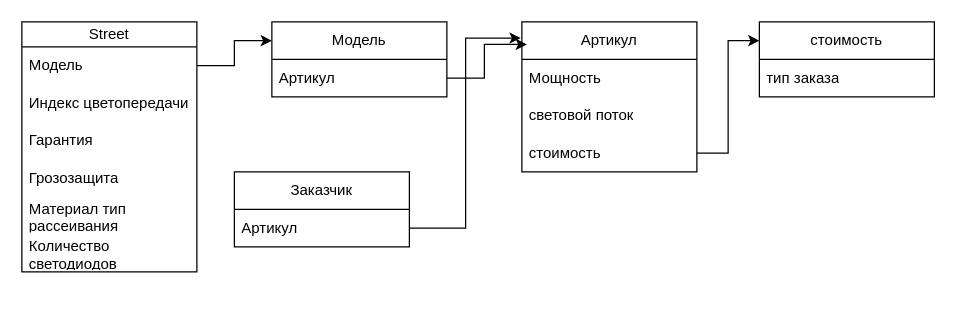
Above: Схема сущности для менеджера sp-энерго.drawio in SovikDosi/SovikDosi (draw.io), before the change. Source tidied: cells renumbered, new cells numbered last; positions are measured from the earlier drawing's top-left corner, leaving out a move shared by most shapes. Both pictures are drawn from the tidied source at 125%, with x=0, y=0 at pixel (21, 21).
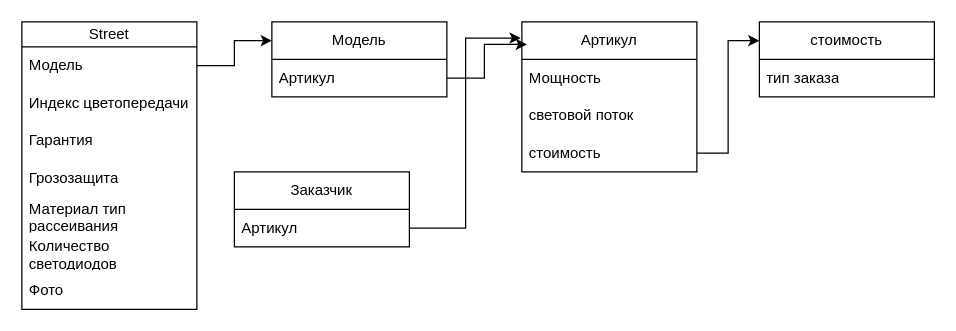
Above is the later version.

The edit, as a diff of the source:
```diff
@@
     <mxCell id="2" value="Street" style="swimlane;fontStyle=0;horizontal=1;startSize=20;whiteSpace=wrap;html=1;" parent="1" vertex="1">
-      <mxGeometry width="140" height="200" as="geometry" />
+      <mxGeometry width="140" height="230" as="geometry" />
     </mxCell>
@@
+    <mxCell id="23" value="Фото" style="text;strokeColor=none;fillColor=none;align=left;verticalAlign=middle;spacingLeft=4;spacingRight=4;overflow=hidden;whiteSpace=wrap;html=1;" parent="2" vertex="1">
+      <mxGeometry y="200" width="140" height="30" as="geometry" />
+    </mxCell>
```
